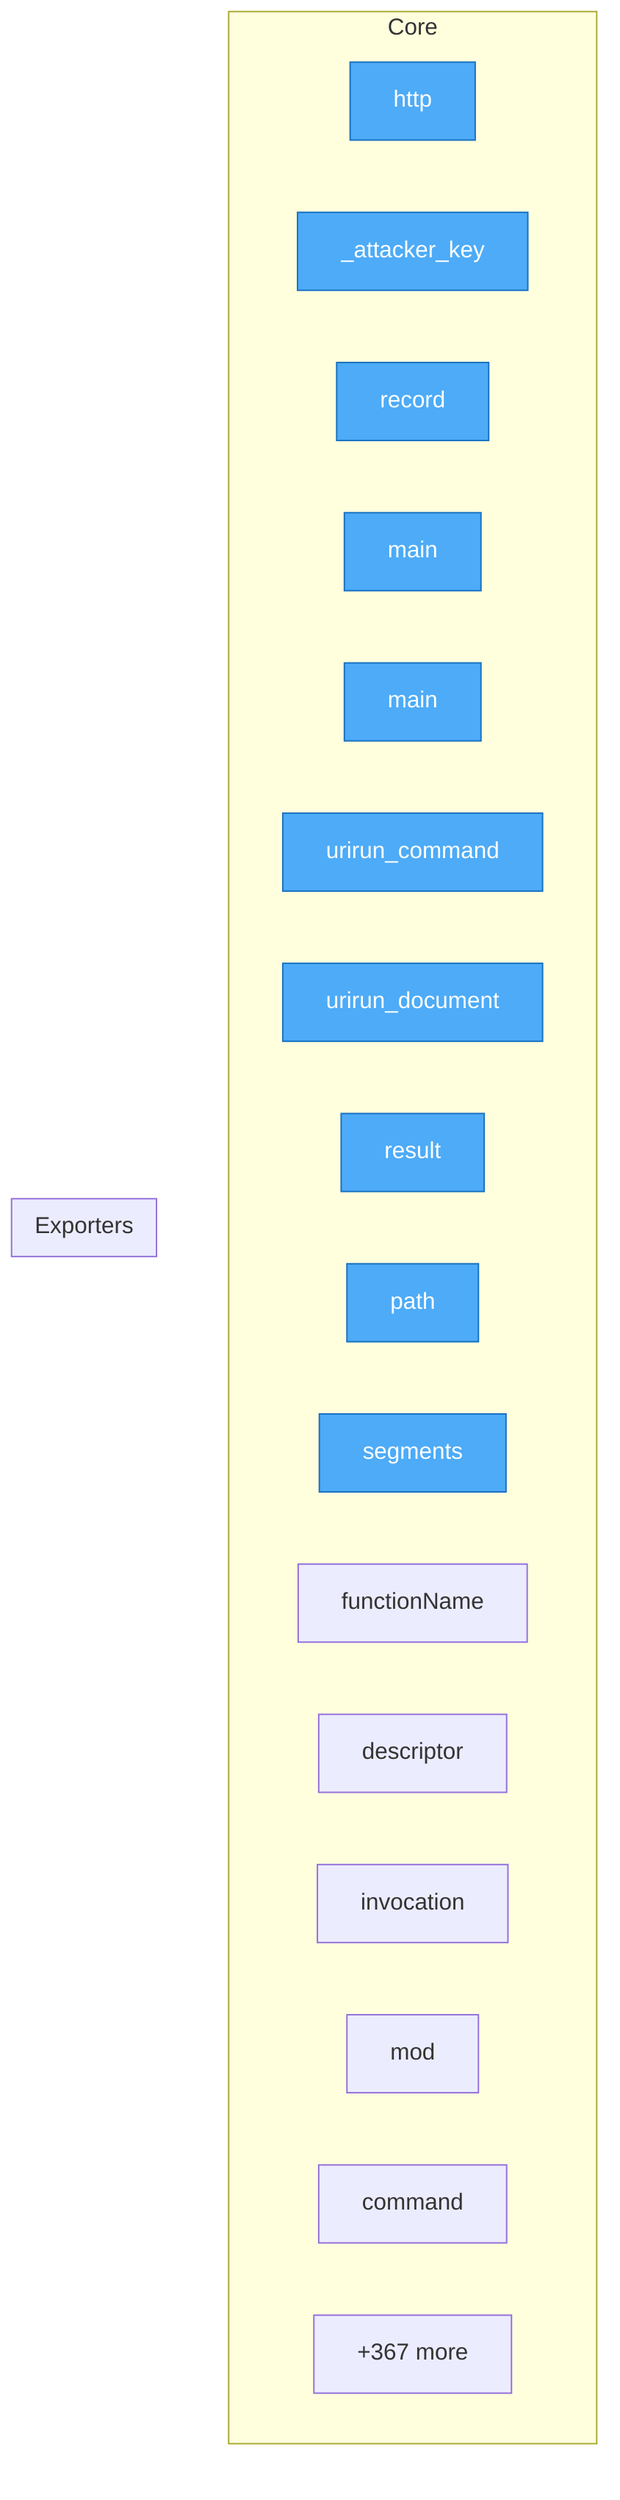
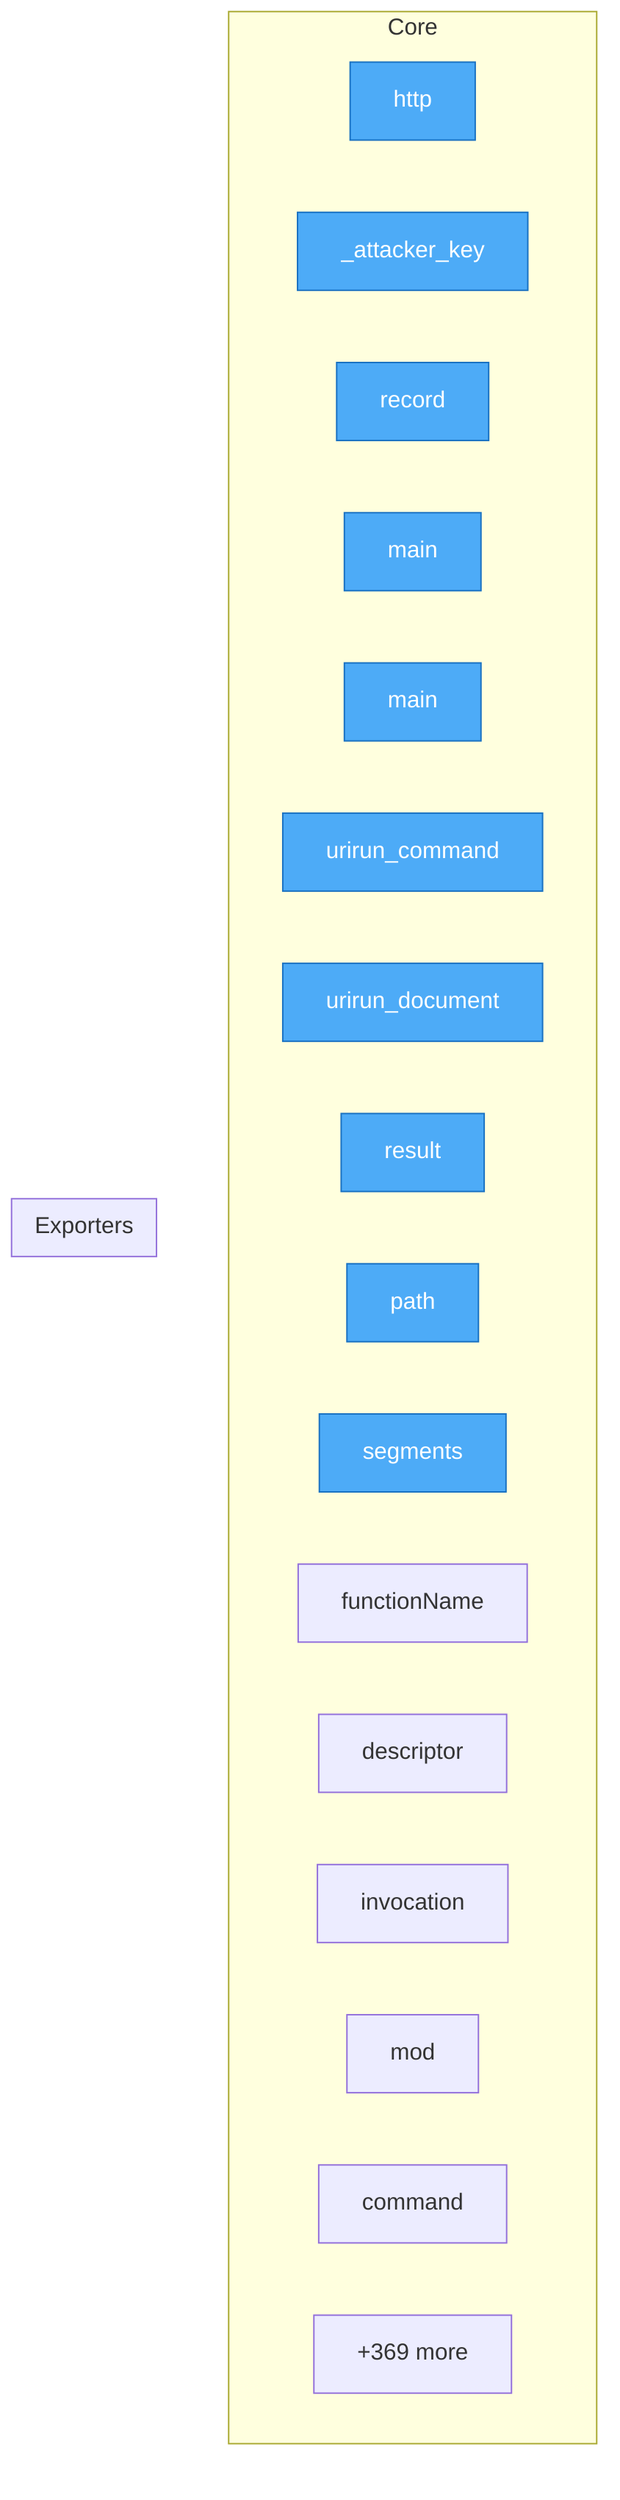
flowchart TD
%% generated in 0.02s

    %% Entry points (blue)
    classDef entry fill:#4dabf7,stroke:#1971c2,color:#fff

    subgraph Core
        security__mesh_probe__probe__http["http"]
        security__mesh_probe__probe___attacker_key["_attacker_key"]
        security__mesh_probe__probe__record["record"]
        adapters__conformance__main["main"]
        adapters__new_connector__main["main"]
        adapters__bash__urirun__urirun_command["urirun_command"]
        adapters__bash__urirun__urirun_document["urirun_document"]
        adapters__js__index__test__result["result"]
        adapters__js__path["path"]
        adapters__js__segments["segments"]
        adapters__js__functionName["functionName"]
        adapters__js__descriptor["descriptor"]
        adapters__js__invocation["invocation"]
        adapters__js__mod["mod"]
        adapters__java__Urirun__Urirun__command["command"]
-         ...["+367 more"]
+         ...["+369 more"]
    end

    subgraph Exporters
    end

    class security__mesh_probe__probe__http,security__mesh_probe__probe___attacker_key,security__mesh_probe__probe__record,adapters__conformance__main,adapters__new_connector__main,adapters__bash__urirun__urirun_command,adapters__bash__urirun__urirun_document,adapters__js__index__test__result,adapters__js__path,adapters__js__segments entry
